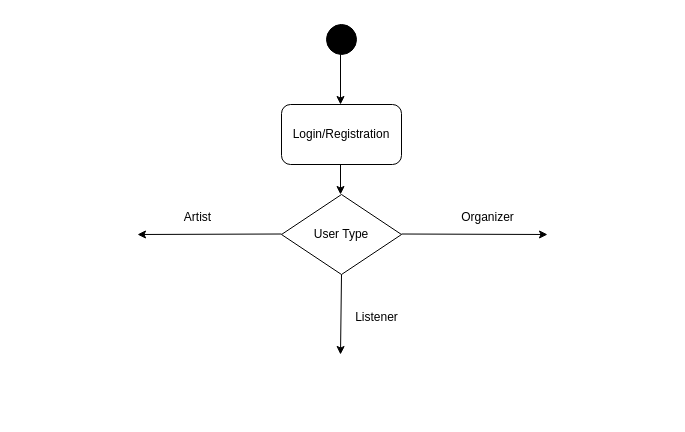
Earlier version of the draw.io diagram underground_UML_diagram.drawio (nafeezurc/underground). Source tidied: cells renumbered, new cells numbered last; positions are measured from the earlier drawing's top-left corner, leaving out a move shared by most shapes. Both pictures are drawn from the tidied source at 100%, with x=0, y=0 at pixel (137, 24).
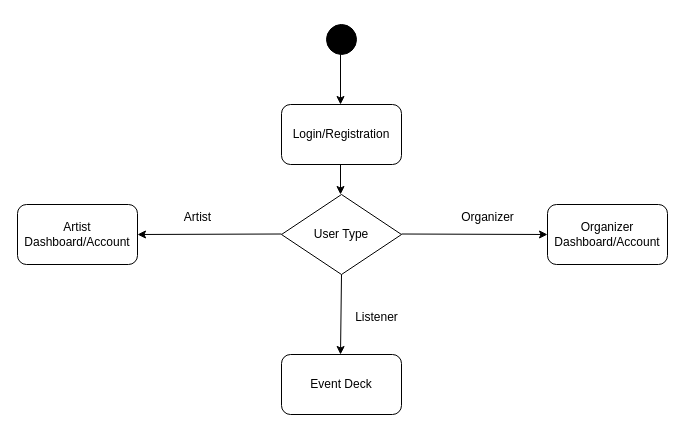
After the change.

Diff of the diagram source:
```diff
@@
+    <mxCell id="13" value="Artist Dashboard/Account" style="rounded=1;whiteSpace=wrap;html=1;" parent="1" vertex="1">
+      <mxGeometry x="-120" y="180" width="120" height="60" as="geometry" />
+    </mxCell>
+    <mxCell id="14" value="Event Deck" style="rounded=1;whiteSpace=wrap;html=1;" parent="1" vertex="1">
+      <mxGeometry x="144" y="330" width="120" height="60" as="geometry" />
+    </mxCell>
+    <mxCell id="15" value="Organizer Dashboard/Account" style="rounded=1;whiteSpace=wrap;html=1;" parent="1" vertex="1">
+      <mxGeometry x="410" y="180" width="120" height="60" as="geometry" />
+    </mxCell>
```
